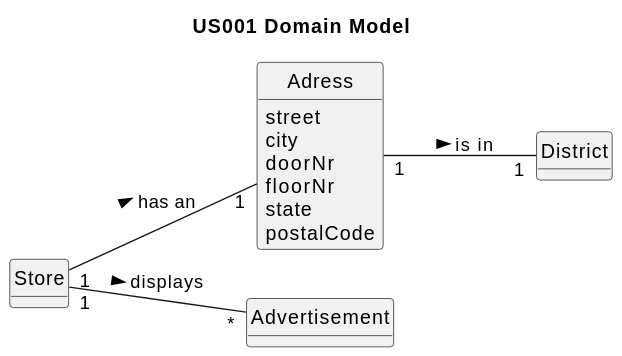
Above: docs/sprintB/us001/02.analysis/svg/us001-domain-model.svg in 1220812/LAPR2 (PlantUML), before the change. The source it was exported from:
```plantuml
@startuml
skinparam monochrome true
skinparam packageStyle rectangle
skinparam shadowing false

left to right direction

hide circle
hide methods

title US001 Domain Model

class Adress{
street
city
doorNr
floorNr
state
postalCode
}

class District {
}

class Advertisement {
}

class Store{
}

Store "1"-- "*" Advertisement : displays >
Store "1" -- "1" Adress : has an >
Adress "1" -- "1" District : is in >
@enduml
```
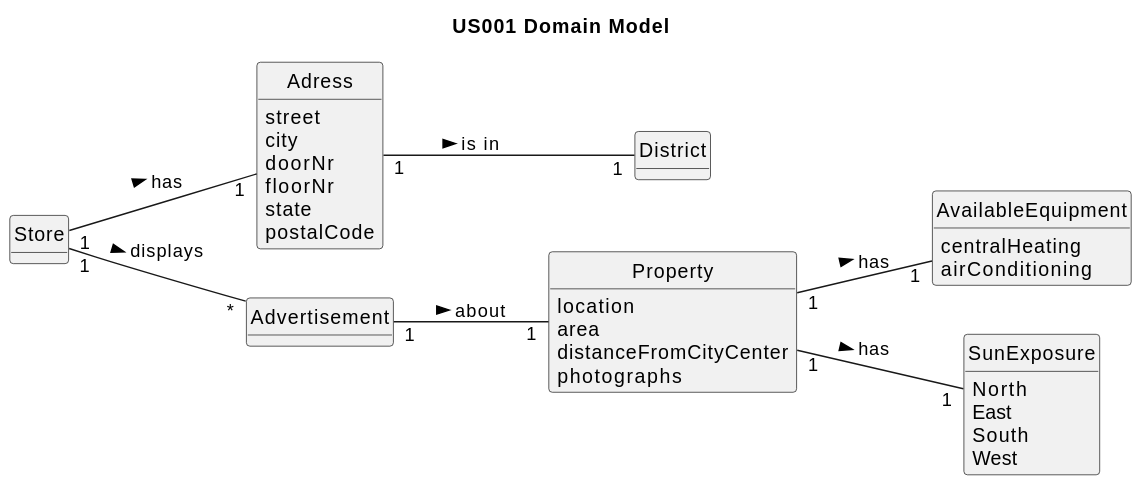
After the commit.

The edit, as a diff of the source:
```diff
@@ -25,10 +25,32 @@
 class Advertisement {
 }
 
-class Store{
+class Store {
+}
+
+class Property {
+location
+area
+distanceFromCityCenter
+photographs
+}
+
+class AvailableEquipment {
+centralHeating
+airConditioning
+}
+
+class SunExposure {
+North
+East
+South
+West
 }
 
 Store "1"-- "*" Advertisement : displays >
-Store "1" -- "1" Adress : has an >
+Store "1" -- "1" Adress : has >
 Adress "1" -- "1" District : is in >
+Advertisement "1" -- "1" Property : about >
+Property "1" -- "1" AvailableEquipment : has >
+Property "1" -- "1" SunExposure : has >
 @enduml
```
